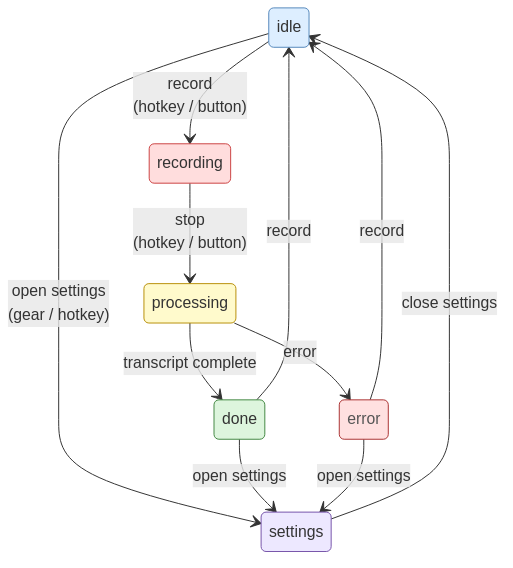
Before: docs/v2/presentation/images/state-machine.png, a diagram exported from Mermaid (JohnYanez95/voice-scribe). Its source is kept beside it as docs/diagrams/state-machine.mmd.
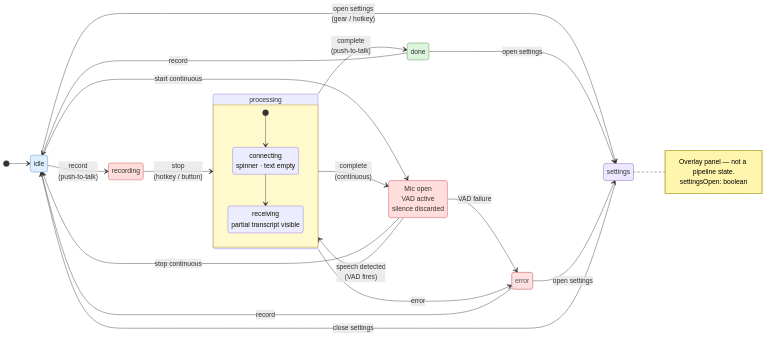
The same file after the commit.

Commit message:
Gate 2: update diagrams for v2.2 continuous mode

Change to the diagram source:
```diff
@@ -10,8 +10,15 @@
 
     [*] --> idle
 
-    idle --> recording : record<br/>(hotkey / button)
+    idle --> recording : record<br/>(push-to-talk)
+    idle --> listening : start continuous
+
     recording --> processing : stop<br/>(hotkey / button)
+
+    listening : Mic open<br/>VAD active<br/>silence discarded
+    listening --> processing : speech detected<br/>(VAD fires)
+    listening --> idle : stop continuous
+    listening --> error : VAD failure
 
     state processing {
         direction TB
@@ -21,7 +28,8 @@
         connecting --> receiving
     }
 
-    processing --> done : transcript complete
+    processing --> done : complete<br/>(push-to-talk)
+    processing --> listening : complete<br/>(continuous)
     processing --> error : error
 
     done --> idle : record
@@ -39,6 +47,7 @@
 
     class idle idleClass
     class recording activeClass
+    class listening activeClass
     class processing inflightClass
     class done successClass
     class error failureClass
```
